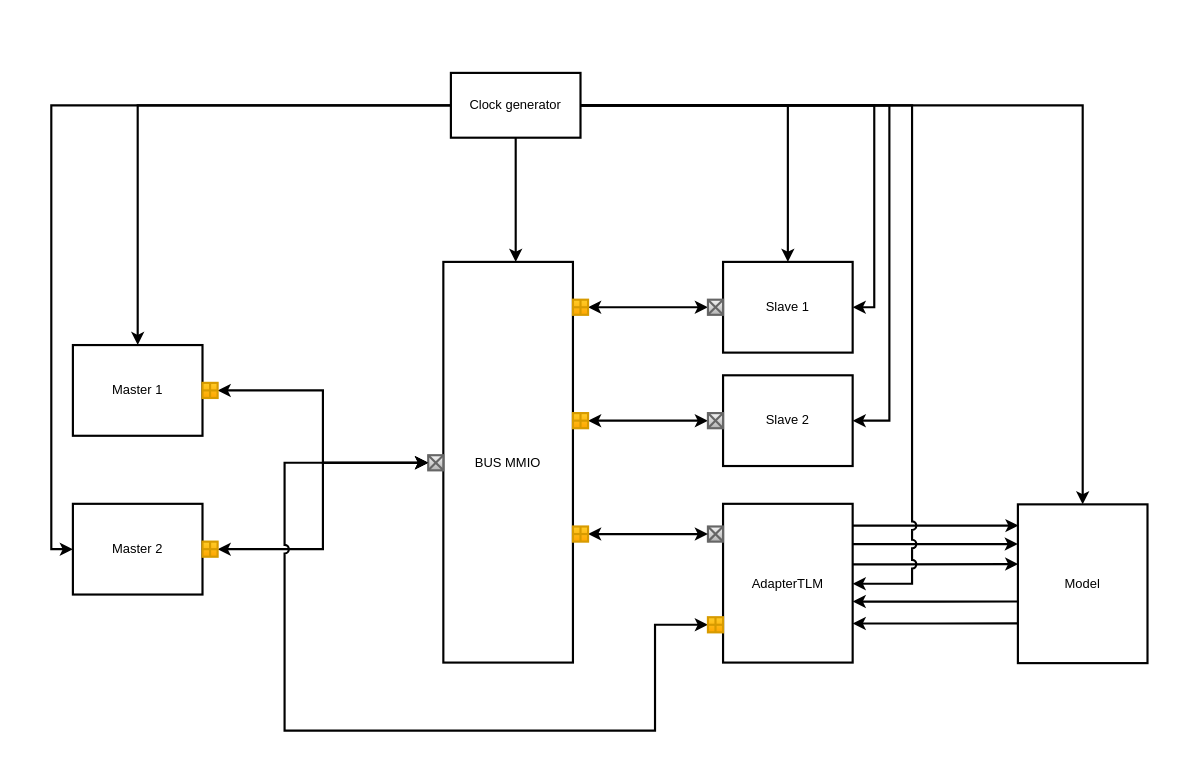
Above: page "BusInterconnect" (3 of 5) of docs/SystemCDesign.drawio in Winxkin/SystemCDemo (draw.io), before the change. Source tidied: cells renumbered, new cells numbered last; positions are measured from the earlier drawing's top-left corner, leaving out a move shared by most shapes. Both pictures are drawn from the tidied source at 108%, with x=0, y=0 at pixel (72, 72).
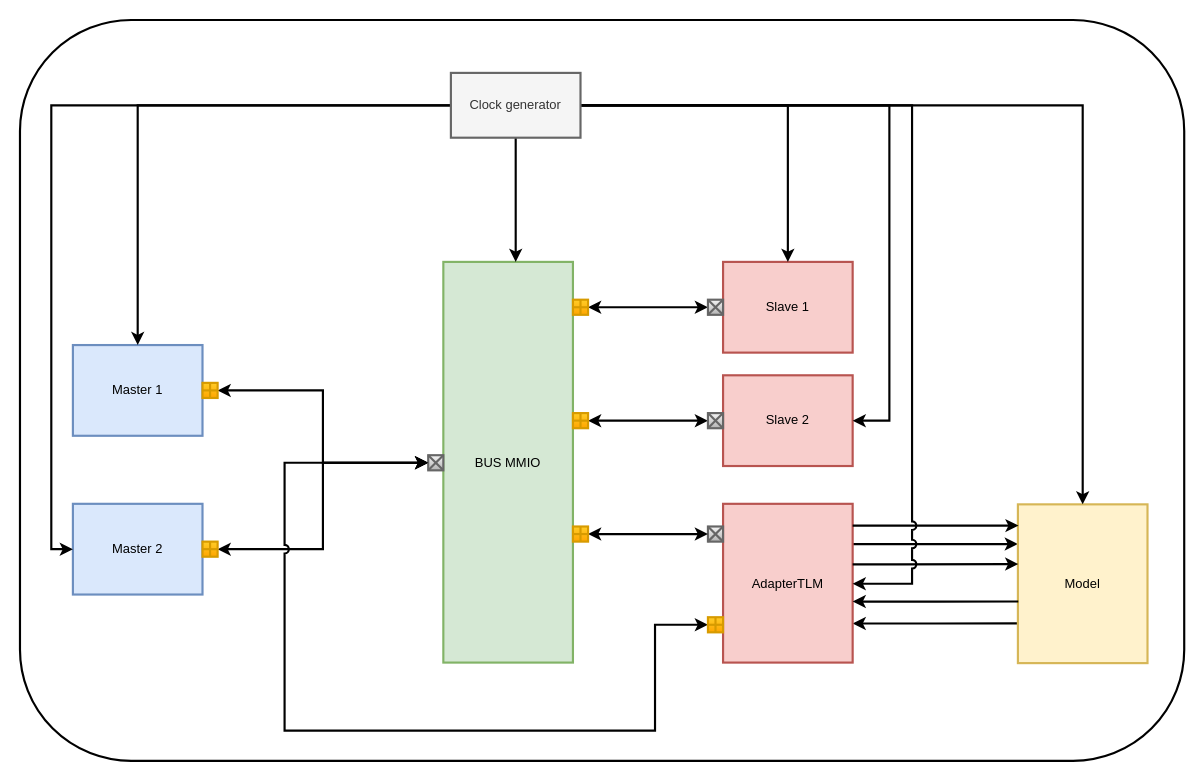
After the change.

Diff of the diagram source:
```diff
@@
+    <mxCell id="59" style="rounded=1;whiteSpace=wrap;html=1;strokeWidth=2;" parent="1" vertex="1">
+      <mxGeometry x="-49" y="-49" width="1078" height="686" as="geometry" />
+    </mxCell>
-    <mxCell id="2" value="Master 1" style="rounded=0;whiteSpace=wrap;html=1;strokeWidth=2;" parent="1" vertex="1">
+    <mxCell id="2" value="Master 1" style="rounded=0;whiteSpace=wrap;html=1;strokeWidth=2;fillColor=#dae8fc;strokeColor=#6c8ebf;" parent="1" vertex="1">
       <mxGeometry y="252" width="120" height="84" as="geometry" />
     </mxCell>
-    <mxCell id="3" value="Master 2" style="rounded=0;whiteSpace=wrap;html=1;strokeWidth=2;" parent="1" vertex="1">
+    <mxCell id="3" value="Master 2" style="rounded=0;whiteSpace=wrap;html=1;strokeWidth=2;fillColor=#dae8fc;strokeColor=#6c8ebf;" parent="1" vertex="1">
       <mxGeometry y="399" width="120" height="84" as="geometry" />
     </mxCell>
-    <mxCell id="4" value="BUS MMIO" style="rounded=0;whiteSpace=wrap;html=1;strokeWidth=2;" parent="1" vertex="1">
+    <mxCell id="4" value="BUS MMIO" style="rounded=0;whiteSpace=wrap;html=1;strokeWidth=2;fillColor=#d5e8d4;strokeColor=#82b366;" parent="1" vertex="1">
       <mxGeometry x="343" y="175" width="120" height="371" as="geometry" />
     </mxCell>
@@
-    <mxCell id="16" value="Slave 1" style="rounded=0;whiteSpace=wrap;html=1;strokeWidth=2;" parent="1" vertex="1">
+    <mxCell id="16" value="Slave 1" style="rounded=0;whiteSpace=wrap;html=1;strokeWidth=2;fillColor=#f8cecc;strokeColor=#b85450;" parent="1" vertex="1">
       <mxGeometry x="602" y="175" width="120" height="84" as="geometry" />
     </mxCell>
-    <mxCell id="17" value="Slave 2" style="rounded=0;whiteSpace=wrap;html=1;strokeWidth=2;" parent="1" vertex="1">
+    <mxCell id="17" value="Slave 2" style="rounded=0;whiteSpace=wrap;html=1;strokeWidth=2;fillColor=#f8cecc;strokeColor=#b85450;" parent="1" vertex="1">
       <mxGeometry x="602" y="280" width="120" height="84" as="geometry" />
     </mxCell>
@@
-    <mxCell id="20" value="AdapterTLM" style="rounded=0;whiteSpace=wrap;html=1;strokeWidth=2;" parent="1" vertex="1">
+    <mxCell id="20" value="AdapterTLM" style="rounded=0;whiteSpace=wrap;html=1;strokeWidth=2;fillColor=#f8cecc;strokeColor=#b85450;" parent="1" vertex="1">
       <mxGeometry x="602" y="399" width="120" height="147" as="geometry" />
     </mxCell>
@@
-    <mxCell id="42" value="Model" style="rounded=0;whiteSpace=wrap;html=1;strokeWidth=2;" parent="1" vertex="1">
+    <mxCell id="42" value="Model" style="rounded=0;whiteSpace=wrap;html=1;strokeWidth=2;fillColor=#fff2cc;strokeColor=#d6b656;" parent="1" vertex="1">
       <mxGeometry x="875" y="399.5" width="120" height="147" as="geometry" />
     </mxCell>
@@
-    <mxCell id="55" style="edgeStyle=orthogonalEdgeStyle;rounded=0;jettySize=auto;html=1;entryX=1;entryY=0.5;entryDx=0;entryDy=0;strokeWidth=2;" parent="1" edge="1" source="58" target="16">
-      <mxGeometry relative="1" as="geometry" />
-    </mxCell>
@@
-    <mxCell id="58" value="Clock generator" style="rounded=0;whiteSpace=wrap;html=1;strokeWidth=2;" parent="1" vertex="1">
+    <mxCell id="58" value="Clock generator" style="rounded=0;whiteSpace=wrap;html=1;strokeWidth=2;fillColor=#f5f5f5;fontColor=#333333;strokeColor=#666666;" parent="1" vertex="1">
       <mxGeometry x="350" width="120" height="60" as="geometry" />
     </mxCell>
```
